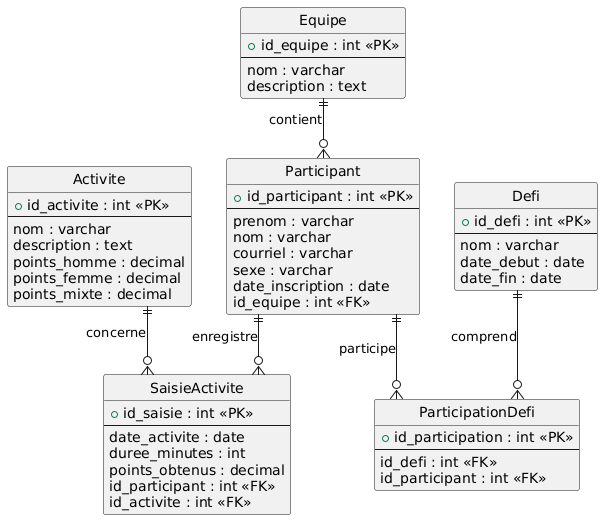
Earlier version of the PlantUML export Modele_ER.png (LaPocInfo/DefiSante2026). Its source is kept beside it as Modele_ER.plantuml. The source it was exported from:
```plantuml
@startuml

hide circle
skinparam linetype ortho

entity Equipe {
    + id_equipe : int <<PK>>
    --
    nom : varchar
    description : text
}

entity Participant {
    + id_participant : int <<PK>>
    --
    prenom : varchar
    nom : varchar
    courriel : varchar
    sexe : varchar
    date_inscription : date
    id_equipe : int <<FK>>
}

entity Activite {
    + id_activite : int <<PK>>
    --
    nom : varchar
    description : text
    points_homme : decimal
    points_femme : decimal
    points_mixte : decimal
}

entity SaisieActivite {
    + id_saisie : int <<PK>>
    --
    date_activite : date
    duree_minutes : int
    points_obtenus : decimal
    id_participant : int <<FK>>
    id_activite : int <<FK>>
}

entity Defi {
    + id_defi : int <<PK>>
    --
    nom : varchar
    date_debut : date
    date_fin : date
}

entity ParticipationDefi {
    + id_participation : int <<PK>>
    --
    id_defi : int <<FK>>
    id_participant : int <<FK>>
}


Equipe ||--o{ Participant : contient
Participant ||--o{ SaisieActivite : enregistre
Activite ||--o{ SaisieActivite : concerne
Defi ||--o{ ParticipationDefi : comprend
Participant ||--o{ ParticipationDefi : participe

@enduml
```
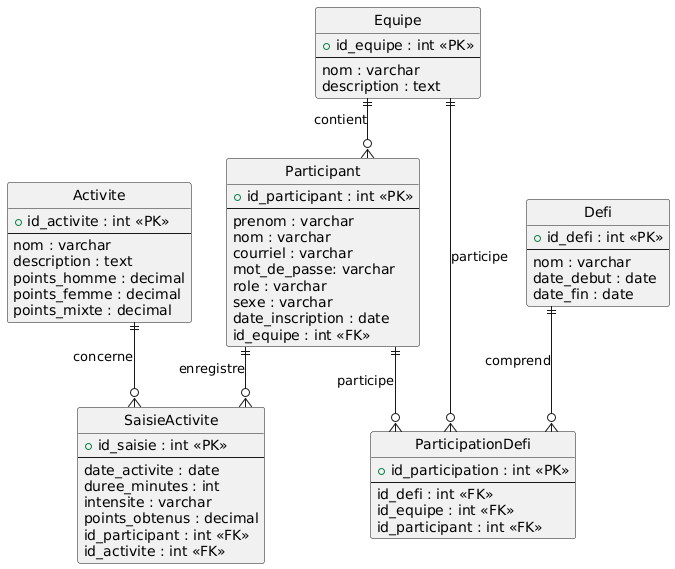
Above is the later version.

Commit message:
Mise à jour modèle

Diff of the diagram source:
```diff
@@ -16,6 +16,8 @@
     prenom : varchar
     nom : varchar
     courriel : varchar
+    mot_de_passe: varchar
+    role : varchar
     sexe : varchar
     date_inscription : date
     id_equipe : int <<FK>>
@@ -36,6 +38,7 @@
     --
     date_activite : date
     duree_minutes : int
+    intensite : varchar
     points_obtenus : decimal
     id_participant : int <<FK>>
     id_activite : int <<FK>>
@@ -53,6 +56,7 @@
     + id_participation : int <<PK>>
     --
     id_defi : int <<FK>>
+    id_equipe : int <<FK>>
     id_participant : int <<FK>>
 }
 
@@ -62,5 +66,6 @@
 Activite ||--o{ SaisieActivite : concerne
 Defi ||--o{ ParticipationDefi : comprend
 Participant ||--o{ ParticipationDefi : participe
+Equipe ||--o{ ParticipationDefi : participe
 
 @enduml
```
